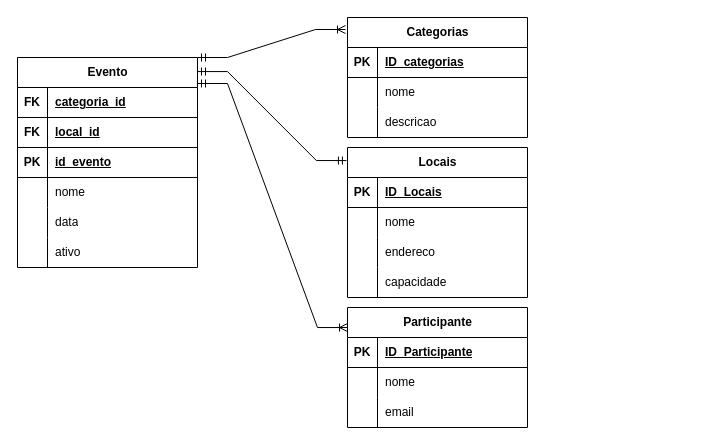
Earlier version of the draw.io diagram aula07062023.drawio (Luis-Vilar/DRAWio). Source tidied: cells renumbered, new cells numbered last; positions are measured from the earlier drawing's top-left corner, leaving out a move shared by most shapes. Both pictures are drawn from the tidied source at 100%, with x=0, y=0 at pixel (17, 17).
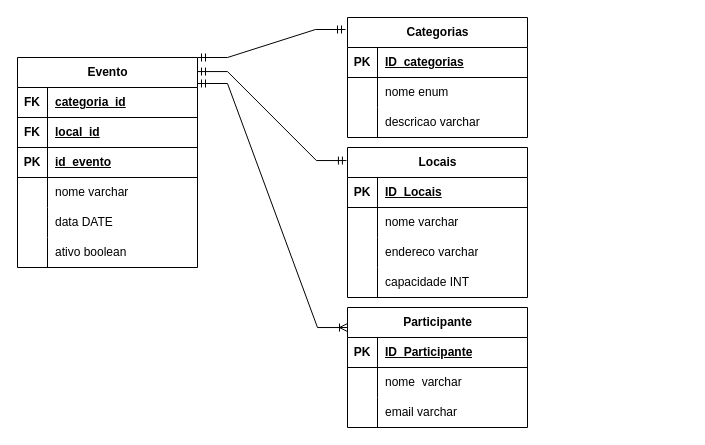
Above is the later version.

The change refers to these unchanged cells:
```xml
<mxCell id="2" value="Evento" style="shape=table;startSize=30;childLayout=tableLayout;rowLines=0;fontStyle=1;align=center;html=1;strokeColor=default;fontFamily=Helvetica;fontSize=12;fontColor=default;fillColor=default;" parent="1" vertex="1">
  <mxGeometry y="40" width="180" height="210" as="geometry" />
</mxCell>
<mxCell id="12" style="shape=tableRow;horizontal=0;startSize=0;swimlaneHead=0;swimlaneBody=0;fillColor=none;top=0;left=0;right=0;bottom=0;strokeColor=default;fontFamily=Helvetica;fontSize=12;fontColor=default;html=1;" parent="2" vertex="1">
  <mxGeometry y="120" width="180" height="30" as="geometry" />
</mxCell>
<mxCell id="15" style="shape=tableRow;horizontal=0;startSize=0;swimlaneHead=0;swimlaneBody=0;fillColor=none;top=0;left=0;right=0;bottom=0;strokeColor=default;fontFamily=Helvetica;fontSize=12;fontColor=default;html=1;" parent="2" vertex="1">
  <mxGeometry y="150" width="180" height="30" as="geometry" />
</mxCell>
<mxCell id="18" style="shape=tableRow;horizontal=0;startSize=0;swimlaneHead=0;swimlaneBody=0;fillColor=none;top=0;left=0;right=0;bottom=0;strokeColor=default;fontFamily=Helvetica;fontSize=12;fontColor=default;html=1;" parent="2" vertex="1">
  <mxGeometry y="180" width="180" height="30" as="geometry" />
</mxCell>
<mxCell id="25" style="shape=tableRow;horizontal=0;startSize=0;swimlaneHead=0;swimlaneBody=0;fillColor=none;top=0;left=0;right=0;bottom=0;strokeColor=default;fontFamily=Helvetica;fontSize=12;fontColor=default;html=1;" parent="21" vertex="1">
  <mxGeometry y="60" width="180" height="30" as="geometry" />
</mxCell>
<mxCell id="28" style="shape=tableRow;horizontal=0;startSize=0;swimlaneHead=0;swimlaneBody=0;fillColor=none;top=0;left=0;right=0;bottom=0;strokeColor=default;fontFamily=Helvetica;fontSize=12;fontColor=default;html=1;" parent="21" vertex="1">
  <mxGeometry y="90" width="180" height="30" as="geometry" />
</mxCell>
<mxCell id="31" style="shape=tableRow;horizontal=0;startSize=0;swimlaneHead=0;swimlaneBody=0;fillColor=none;top=0;left=0;right=0;bottom=0;strokeColor=default;fontFamily=Helvetica;fontSize=12;fontColor=default;html=1;" parent="21" vertex="1">
  <mxGeometry y="120" width="180" height="30" as="geometry" />
</mxCell>
<mxCell id="34" value="Categorias" style="shape=table;startSize=30;childLayout=tableLayout;rowLines=0;fontStyle=1;align=center;html=1;strokeColor=default;fontFamily=Helvetica;fontSize=12;fontColor=default;fillColor=default;" parent="1" vertex="1">
  <mxGeometry x="330" width="180" height="120" as="geometry" />
</mxCell>
<mxCell id="38" style="shape=tableRow;horizontal=0;startSize=0;swimlaneHead=0;swimlaneBody=0;fillColor=none;top=0;left=0;right=0;bottom=0;strokeColor=default;fontFamily=Helvetica;fontSize=12;fontColor=default;html=1;" parent="34" vertex="1">
  <mxGeometry y="60" width="180" height="30" as="geometry" />
</mxCell>
<mxCell id="41" style="shape=tableRow;horizontal=0;startSize=0;swimlaneHead=0;swimlaneBody=0;fillColor=none;top=0;left=0;right=0;bottom=0;strokeColor=default;fontFamily=Helvetica;fontSize=12;fontColor=default;html=1;" parent="34" vertex="1">
  <mxGeometry y="90" width="180" height="30" as="geometry" />
</mxCell>
<mxCell id="49" style="shape=tableRow;horizontal=0;startSize=0;swimlaneHead=0;swimlaneBody=0;fillColor=none;top=0;left=0;right=0;bottom=0;strokeColor=default;fontFamily=Helvetica;fontSize=12;fontColor=default;html=1;" parent="45" vertex="1">
  <mxGeometry y="60" width="180" height="30" as="geometry" />
</mxCell>
<mxCell id="52" style="shape=tableRow;horizontal=0;startSize=0;swimlaneHead=0;swimlaneBody=0;fillColor=none;top=0;left=0;right=0;bottom=0;strokeColor=default;fontFamily=Helvetica;fontSize=12;fontColor=default;html=1;" parent="45" vertex="1">
  <mxGeometry y="90" width="180" height="30" as="geometry" />
</mxCell>
```

The edit, as a diff of the source:
```diff
@@
-    <mxCell id="14" value="nome" style="shape=partialRectangle;fillColor=none;top=0;left=0;bottom=0;right=0;align=left;spacingLeft=6;overflow=hidden;whiteSpace=wrap;html=1;strokeColor=default;fontFamily=Helvetica;fontSize=12;fontColor=default;startSize=30;" parent="12" vertex="1">
+    <mxCell id="14" value="nome varchar" style="shape=partialRectangle;fillColor=none;top=0;left=0;bottom=0;right=0;align=left;spacingLeft=6;overflow=hidden;whiteSpace=wrap;html=1;strokeColor=default;fontFamily=Helvetica;fontSize=12;fontColor=default;startSize=30;" parent="12" vertex="1">
       <mxGeometry x="30" width="150" height="30" as="geometry" />
     </mxCell>
@@
-    <mxCell id="17" value="data" style="shape=partialRectangle;fillColor=none;top=0;left=0;bottom=0;right=0;align=left;spacingLeft=6;overflow=hidden;whiteSpace=wrap;html=1;strokeColor=default;fontFamily=Helvetica;fontSize=12;fontColor=default;startSize=30;" parent="15" vertex="1">
+    <mxCell id="17" value="data DATE" style="shape=partialRectangle;fillColor=none;top=0;left=0;bottom=0;right=0;align=left;spacingLeft=6;overflow=hidden;whiteSpace=wrap;html=1;strokeColor=default;fontFamily=Helvetica;fontSize=12;fontColor=default;startSize=30;" parent="15" vertex="1">
       <mxGeometry x="30" width="150" height="30" as="geometry" />
     </mxCell>
@@
-    <mxCell id="20" value="ativo" style="shape=partialRectangle;fillColor=none;top=0;left=0;bottom=0;right=0;align=left;spacingLeft=6;overflow=hidden;whiteSpace=wrap;html=1;strokeColor=default;fontFamily=Helvetica;fontSize=12;fontColor=default;startSize=30;" parent="18" vertex="1">
+    <mxCell id="20" value="ativo boolean" style="shape=partialRectangle;fillColor=none;top=0;left=0;bottom=0;right=0;align=left;spacingLeft=6;overflow=hidden;whiteSpace=wrap;html=1;strokeColor=default;fontFamily=Helvetica;fontSize=12;fontColor=default;startSize=30;" parent="18" vertex="1">
       <mxGeometry x="30" width="150" height="30" as="geometry" />
     </mxCell>
@@
-    <mxCell id="27" value="nome" style="shape=partialRectangle;fillColor=none;top=0;left=0;bottom=0;right=0;align=left;spacingLeft=6;overflow=hidden;whiteSpace=wrap;html=1;strokeColor=default;fontFamily=Helvetica;fontSize=12;fontColor=default;startSize=30;" parent="25" vertex="1">
+    <mxCell id="27" value="nome varchar" style="shape=partialRectangle;fillColor=none;top=0;left=0;bottom=0;right=0;align=left;spacingLeft=6;overflow=hidden;whiteSpace=wrap;html=1;strokeColor=default;fontFamily=Helvetica;fontSize=12;fontColor=default;startSize=30;" parent="25" vertex="1">
       <mxGeometry x="30" width="150" height="30" as="geometry" />
     </mxCell>
@@
-    <mxCell id="30" value="endereco" style="shape=partialRectangle;fillColor=none;top=0;left=0;bottom=0;right=0;align=left;spacingLeft=6;overflow=hidden;whiteSpace=wrap;html=1;strokeColor=default;fontFamily=Helvetica;fontSize=12;fontColor=default;startSize=30;" parent="28" vertex="1">
+    <mxCell id="30" value="endereco varchar" style="shape=partialRectangle;fillColor=none;top=0;left=0;bottom=0;right=0;align=left;spacingLeft=6;overflow=hidden;whiteSpace=wrap;html=1;strokeColor=default;fontFamily=Helvetica;fontSize=12;fontColor=default;startSize=30;" parent="28" vertex="1">
       <mxGeometry x="30" width="150" height="30" as="geometry" />
     </mxCell>
@@
-    <mxCell id="33" value="capacidade" style="shape=partialRectangle;fillColor=none;top=0;left=0;bottom=0;right=0;align=left;spacingLeft=6;overflow=hidden;whiteSpace=wrap;html=1;strokeColor=default;fontFamily=Helvetica;fontSize=12;fontColor=default;startSize=30;" parent="31" vertex="1">
+    <mxCell id="33" value="capacidade INT" style="shape=partialRectangle;fillColor=none;top=0;left=0;bottom=0;right=0;align=left;spacingLeft=6;overflow=hidden;whiteSpace=wrap;html=1;strokeColor=default;fontFamily=Helvetica;fontSize=12;fontColor=default;startSize=30;" parent="31" vertex="1">
       <mxGeometry x="30" width="150" height="30" as="geometry" />
     </mxCell>
@@
-    <mxCell id="40" value="nome" style="shape=partialRectangle;fillColor=none;top=0;left=0;bottom=0;right=0;align=left;spacingLeft=6;overflow=hidden;whiteSpace=wrap;html=1;strokeColor=default;fontFamily=Helvetica;fontSize=12;fontColor=default;startSize=30;" parent="38" vertex="1">
+    <mxCell id="40" value="nome enum" style="shape=partialRectangle;fillColor=none;top=0;left=0;bottom=0;right=0;align=left;spacingLeft=6;overflow=hidden;whiteSpace=wrap;html=1;strokeColor=default;fontFamily=Helvetica;fontSize=12;fontColor=default;startSize=30;" parent="38" vertex="1">
       <mxGeometry x="30" width="150" height="30" as="geometry" />
     </mxCell>
@@
-    <mxCell id="43" value="descricao" style="shape=partialRectangle;fillColor=none;top=0;left=0;bottom=0;right=0;align=left;spacingLeft=6;overflow=hidden;whiteSpace=wrap;html=1;strokeColor=default;fontFamily=Helvetica;fontSize=12;fontColor=default;startSize=30;" parent="41" vertex="1">
+    <mxCell id="43" value="descricao varchar" style="shape=partialRectangle;fillColor=none;top=0;left=0;bottom=0;right=0;align=left;spacingLeft=6;overflow=hidden;whiteSpace=wrap;html=1;strokeColor=default;fontFamily=Helvetica;fontSize=12;fontColor=default;startSize=30;" parent="41" vertex="1">
       <mxGeometry x="30" width="150" height="30" as="geometry" />
     </mxCell>
@@
-    <mxCell id="51" value="nome" style="shape=partialRectangle;fillColor=none;top=0;left=0;bottom=0;right=0;align=left;spacingLeft=6;overflow=hidden;whiteSpace=wrap;html=1;strokeColor=default;fontFamily=Helvetica;fontSize=12;fontColor=default;startSize=30;" parent="49" vertex="1">
+    <mxCell id="51" value="nome&amp;nbsp; varchar" style="shape=partialRectangle;fillColor=none;top=0;left=0;bottom=0;right=0;align=left;spacingLeft=6;overflow=hidden;whiteSpace=wrap;html=1;strokeColor=default;fontFamily=Helvetica;fontSize=12;fontColor=default;startSize=30;" parent="49" vertex="1">
       <mxGeometry x="30" width="150" height="30" as="geometry" />
     </mxCell>
@@
-    <mxCell id="54" value="email" style="shape=partialRectangle;fillColor=none;top=0;left=0;bottom=0;right=0;align=left;spacingLeft=6;overflow=hidden;whiteSpace=wrap;html=1;strokeColor=default;fontFamily=Helvetica;fontSize=12;fontColor=default;startSize=30;" parent="52" vertex="1">
+    <mxCell id="54" value="email varchar" style="shape=partialRectangle;fillColor=none;top=0;left=0;bottom=0;right=0;align=left;spacingLeft=6;overflow=hidden;whiteSpace=wrap;html=1;strokeColor=default;fontFamily=Helvetica;fontSize=12;fontColor=default;startSize=30;" parent="52" vertex="1">
       <mxGeometry x="30" width="150" height="30" as="geometry" />
     </mxCell>
-    <mxCell id="55" style="edgeStyle=entityRelationEdgeStyle;fontSize=12;html=1;endArrow=ERoneToMany;startArrow=ERmandOne;rounded=0;entryX=-0.011;entryY=0.1;entryDx=0;entryDy=0;entryPerimeter=0;exitX=1;exitY=0;exitDx=0;exitDy=0;" parent="1" edge="1" source="2" target="34">
+    <mxCell id="55" style="edgeStyle=entityRelationEdgeStyle;fontSize=12;html=1;endArrow=ERmandOne;startArrow=ERmandOne;rounded=0;entryX=-0.011;entryY=0.1;entryDx=0;entryDy=0;entryPerimeter=0;exitX=1;exitY=0;exitDx=0;exitDy=0;endFill=0;" parent="1" edge="1" source="2" target="34">
       <mxGeometry relative="1" as="geometry" />
     </mxCell>
```
